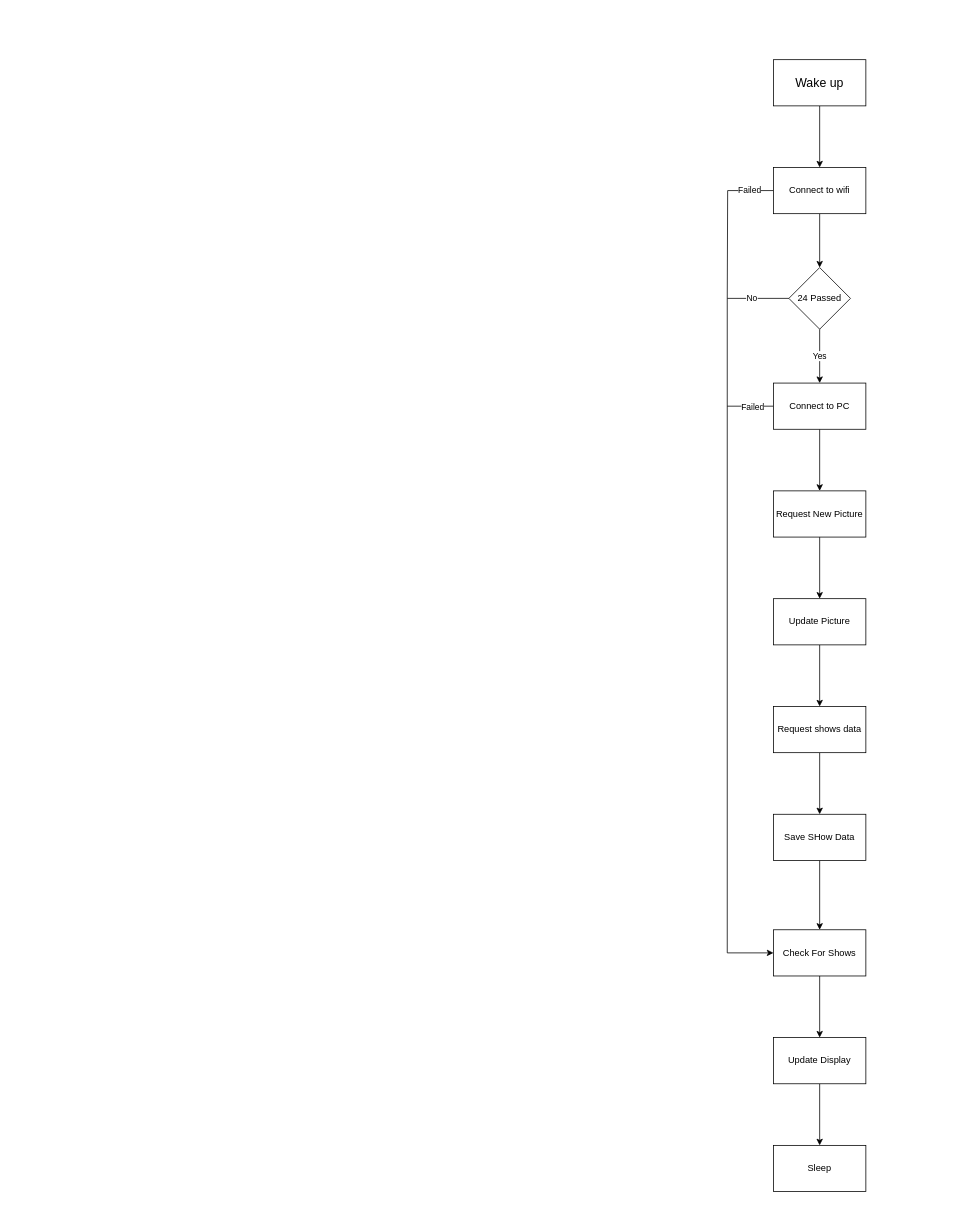
The draw.io diagram LargeProjects/EPaper/FlowDiagrams.drawio in dan71853/MyProjects, before the edit. Source tidied: cells renumbered, new cells numbered last; positions are measured from the earlier drawing's top-left corner, leaving out a move shared by most shapes. Both pictures are drawn from the tidied source at 77%, with x=0, y=0 at pixel (727, 59).
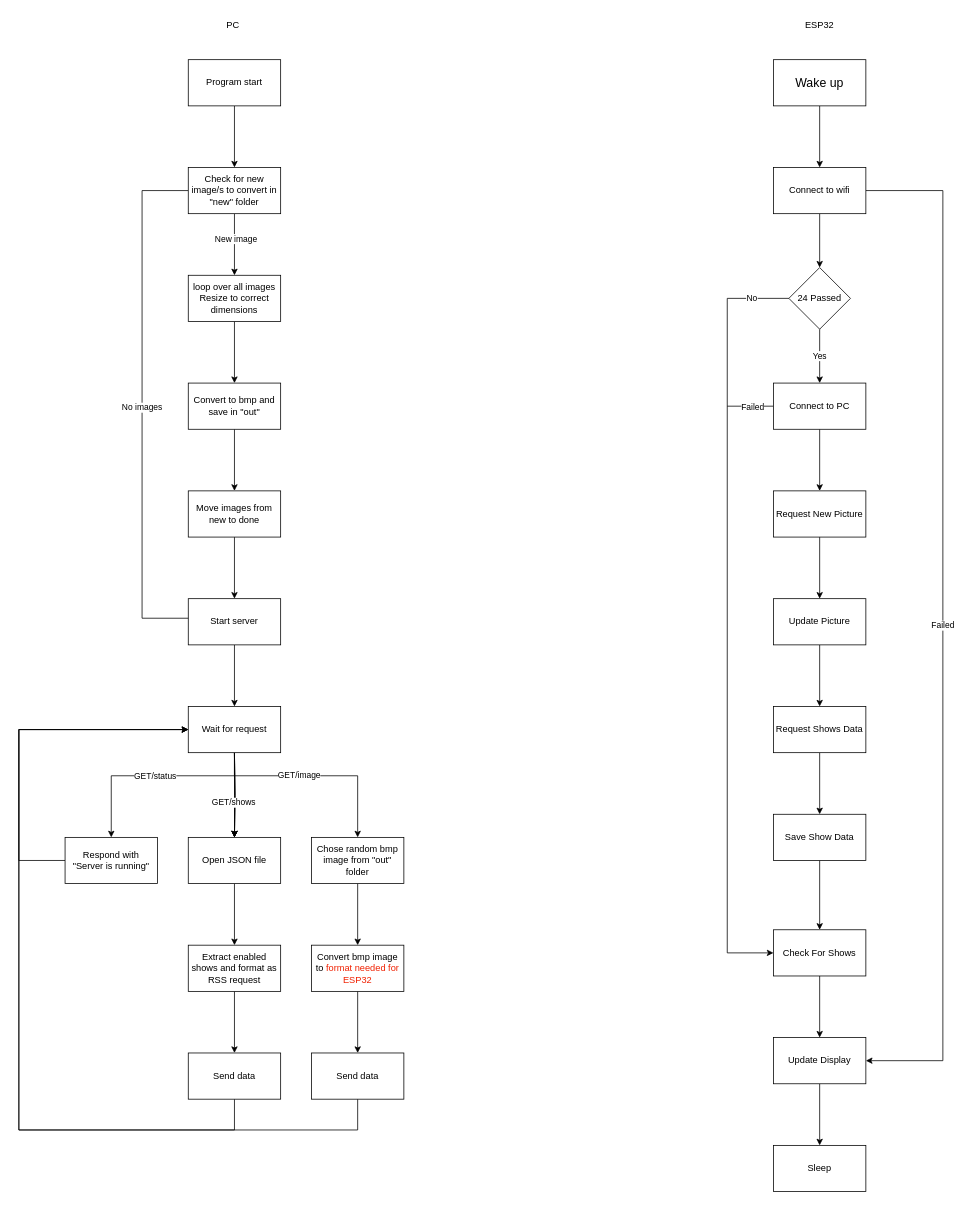
After the change.

The change refers to these unchanged cells:
```xml
<mxCell id="7" value="Connect to wifi" style="whiteSpace=wrap;html=1;rounded=0;" parent="1" vertex="1">
  <mxGeometry x="60" y="140" width="120" height="60" as="geometry" />
</mxCell>
<mxCell id="27" value="Update Display" style="whiteSpace=wrap;html=1;rounded=0;" parent="1" vertex="1">
  <mxGeometry x="60" y="1270" width="120" height="60" as="geometry" />
</mxCell>
```

What changed in the source:
```diff
@@
-    <mxCell id="5" style="edgeStyle=orthogonalEdgeStyle;rounded=0;jettySize=auto;html=1;exitX=0;exitY=0.5;exitDx=0;exitDy=0;endArrow=none;endFill=0;" parent="1" edge="1" source="7">
-      <mxGeometry relative="1" as="geometry">
-        <mxPoint y="310" as="targetPoint" />
-      </mxGeometry>
-    </mxCell>
-    <mxCell id="6" value="Failed" style="edgeLabel;html=1;align=center;verticalAlign=middle;" parent="5" vertex="1">
-      <mxGeometry x="-0.68" y="-1" relative="1" as="geometry" />
+    <mxCell id="6" value="Failed" style="edgeStyle=orthogonalEdgeStyle;rounded=0;jettySize=auto;html=1;entryX=1;entryY=0.5;entryDx=0;entryDy=0;" parent="1" edge="1" source="7" target="27">
+      <mxGeometry relative="1" as="geometry">
+        <Array as="points">
+          <mxPoint x="280" y="170" />
+          <mxPoint x="280" y="1300" />
+        </Array>
+      </mxGeometry>
     </mxCell>
@@
-    <mxCell id="21" value="Request shows data" style="whiteSpace=wrap;html=1;rounded=0;" parent="1" vertex="1">
+    <mxCell id="21" value="Request Shows D&lt;span style=&quot;background-color: initial;&quot;&gt;ata&lt;/span&gt;" style="whiteSpace=wrap;html=1;rounded=0;" parent="1" vertex="1">
       <mxGeometry x="60" y="840" width="120" height="60" as="geometry" />
     </mxCell>
@@
-    <mxCell id="25" value="Save SHow Data" style="whiteSpace=wrap;html=1;rounded=0;" parent="1" vertex="1">
+    <mxCell id="25" value="Save Show Data" style="whiteSpace=wrap;html=1;rounded=0;" parent="1" vertex="1">
       <mxGeometry x="60" y="980" width="120" height="60" as="geometry" />
     </mxCell>
@@
+    <mxCell id="29" value="ESP32" style="text;html=1;align=center;verticalAlign=middle;whiteSpace=wrap;rounded=0;" parent="1" vertex="1">
+      <mxGeometry x="90" y="-60" width="60" height="30" as="geometry" />
+    </mxCell>
+    <mxCell id="30" value="PC&amp;nbsp;" style="text;html=1;align=center;verticalAlign=middle;whiteSpace=wrap;rounded=0;" parent="1" vertex="1">
+      <mxGeometry x="-670" y="-60" width="60" height="30" as="geometry" />
+    </mxCell>
+    <mxCell id="31" style="edgeStyle=orthogonalEdgeStyle;rounded=0;jettySize=auto;html=1;" parent="1" edge="1" source="32" target="36">
+      <mxGeometry relative="1" as="geometry" />
+    </mxCell>
+    <mxCell id="32" value="Program start" style="rounded=0;whiteSpace=wrap;html=1;" parent="1" vertex="1">
+      <mxGeometry x="-700" width="120" height="60" as="geometry" />
+    </mxCell>
+    <mxCell id="33" style="edgeStyle=orthogonalEdgeStyle;rounded=0;jettySize=auto;html=1;" parent="1" edge="1" source="36" target="38">
+      <mxGeometry relative="1" as="geometry" />
+    </mxCell>
+    <mxCell id="34" value="New image" style="edgeLabel;html=1;align=center;verticalAlign=middle;" parent="33" vertex="1">
+      <mxGeometry x="-0.19" y="1" relative="1" as="geometry" />
+    </mxCell>
+    <mxCell id="35" value="No images" style="edgeStyle=orthogonalEdgeStyle;rounded=0;jettySize=auto;html=1;entryX=0.995;entryY=0.424;entryDx=0;entryDy=0;entryPerimeter=0;" parent="1" edge="1" source="36" target="53">
+      <mxGeometry x="-0.14" relative="1" as="geometry">
+        <Array as="points">
+          <mxPoint x="-760" y="170" />
+          <mxPoint x="-760" y="725" />
+        </Array>
+      </mxGeometry>
+    </mxCell>
+    <mxCell id="36" value="Check for new image/s to convert in &quot;new&quot; folder" style="whiteSpace=wrap;html=1;rounded=0;" parent="1" vertex="1">
+      <mxGeometry x="-700" y="140" width="120" height="60" as="geometry" />
+    </mxCell>
+    <mxCell id="37" style="edgeStyle=orthogonalEdgeStyle;rounded=0;jettySize=auto;html=1;" parent="1" edge="1" source="38" target="40">
+      <mxGeometry relative="1" as="geometry" />
+    </mxCell>
+    <mxCell id="38" value="loop over all images&lt;div&gt;Resize to correct dimensions&lt;/div&gt;" style="whiteSpace=wrap;html=1;rounded=0;" parent="1" vertex="1">
+      <mxGeometry x="-700" y="280" width="120" height="60" as="geometry" />
+    </mxCell>
+    <mxCell id="39" style="edgeStyle=orthogonalEdgeStyle;rounded=0;jettySize=auto;html=1;" parent="1" edge="1" source="40" target="42">
+      <mxGeometry relative="1" as="geometry" />
+    </mxCell>
+    <mxCell id="40" value="Convert to bmp and save in &quot;out&quot;" style="whiteSpace=wrap;html=1;rounded=0;" parent="1" vertex="1">
+      <mxGeometry x="-700" y="420" width="120" height="60" as="geometry" />
+    </mxCell>
+    <mxCell id="41" style="edgeStyle=orthogonalEdgeStyle;rounded=0;jettySize=auto;html=1;" parent="1" edge="1" source="42" target="53">
+      <mxGeometry relative="1" as="geometry" />
+    </mxCell>
+    <mxCell id="42" value="Move images from new to done" style="whiteSpace=wrap;html=1;rounded=0;" parent="1" vertex="1">
+      <mxGeometry x="-700" y="560" width="120" height="60" as="geometry" />
+    </mxCell>
+    <mxCell id="43" style="edgeStyle=orthogonalEdgeStyle;rounded=0;jettySize=auto;html=1;" parent="1" edge="1" target="55">
+      <mxGeometry relative="1" as="geometry">
+        <mxPoint x="-640" y="900" as="sourcePoint" />
+        <Array as="points">
+          <mxPoint x="-640" y="930" />
+          <mxPoint x="-800" y="930" />
+        </Array>
+      </mxGeometry>
+    </mxCell>
+    <mxCell id="44" value="GET/status" style="edgeLabel;html=1;align=center;verticalAlign=middle;" parent="43" vertex="1">
+      <mxGeometry x="-0.01" relative="1" as="geometry" />
+    </mxCell>
+    <mxCell id="45" style="edgeStyle=orthogonalEdgeStyle;rounded=0;jettySize=auto;html=1;" parent="1" edge="1" target="57">
+      <mxGeometry relative="1" as="geometry">
+        <mxPoint x="-640" y="900" as="sourcePoint" />
+      </mxGeometry>
+    </mxCell>
+    <mxCell id="46" style="edgeStyle=orthogonalEdgeStyle;rounded=0;jettySize=auto;html=1;" parent="1" edge="1" target="57">
+      <mxGeometry relative="1" as="geometry">
+        <mxPoint x="-640" y="900" as="sourcePoint" />
+      </mxGeometry>
+    </mxCell>
+    <mxCell id="47" style="edgeStyle=orthogonalEdgeStyle;rounded=0;jettySize=auto;html=1;" parent="1" edge="1" target="57">
+      <mxGeometry relative="1" as="geometry">
+        <mxPoint x="-640" y="900" as="sourcePoint" />
+      </mxGeometry>
+    </mxCell>
+    <mxCell id="48" style="edgeStyle=orthogonalEdgeStyle;rounded=0;jettySize=auto;html=1;" parent="1" edge="1" target="57">
+      <mxGeometry relative="1" as="geometry">
+        <mxPoint x="-640" y="900" as="sourcePoint" />
+      </mxGeometry>
+    </mxCell>
+    <mxCell id="49" value="GET/shows" style="edgeLabel;html=1;align=center;verticalAlign=middle;" parent="48" vertex="1">
+      <mxGeometry x="0.17" y="-2" relative="1" as="geometry" />
+    </mxCell>
+    <mxCell id="50" style="edgeStyle=orthogonalEdgeStyle;rounded=0;jettySize=auto;html=1;" parent="1" edge="1" target="59">
+      <mxGeometry relative="1" as="geometry">
+        <mxPoint x="-640" y="900" as="sourcePoint" />
+        <Array as="points">
+          <mxPoint x="-640" y="930" />
+          <mxPoint x="-480" y="930" />
+        </Array>
+      </mxGeometry>
+    </mxCell>
+    <mxCell id="51" value="GET/image" style="edgeLabel;html=1;align=center;verticalAlign=middle;" parent="50" vertex="1">
+      <mxGeometry x="-0.16" y="1" relative="1" as="geometry" />
+    </mxCell>
+    <mxCell id="52" style="edgeStyle=orthogonalEdgeStyle;rounded=0;jettySize=auto;html=1;" parent="1" edge="1" source="53" target="64">
+      <mxGeometry relative="1" as="geometry" />
+    </mxCell>
+    <mxCell id="53" value="Start server" style="whiteSpace=wrap;html=1;rounded=0;" parent="1" vertex="1">
+      <mxGeometry x="-700" y="700" width="120" height="60" as="geometry" />
+    </mxCell>
+    <mxCell id="54" style="edgeStyle=orthogonalEdgeStyle;rounded=0;jettySize=auto;html=1;entryX=0;entryY=0.5;entryDx=0;entryDy=0;" parent="1" edge="1" source="55" target="64">
+      <mxGeometry relative="1" as="geometry">
+        <Array as="points">
+          <mxPoint x="-920" y="1040" />
+          <mxPoint x="-920" y="870" />
+        </Array>
+      </mxGeometry>
+    </mxCell>
+    <mxCell id="55" value="Respond with&lt;div&gt;&quot;Server is running&quot;&lt;/div&gt;" style="whiteSpace=wrap;html=1;rounded=0;" parent="1" vertex="1">
+      <mxGeometry x="-860" y="1010" width="120" height="60" as="geometry" />
+    </mxCell>
+    <mxCell id="56" style="edgeStyle=orthogonalEdgeStyle;rounded=0;jettySize=auto;html=1;" parent="1" edge="1" source="57" target="61">
+      <mxGeometry relative="1" as="geometry" />
+    </mxCell>
+    <mxCell id="57" value="Open JSON file" style="whiteSpace=wrap;html=1;rounded=0;" parent="1" vertex="1">
+      <mxGeometry x="-700" y="1010" width="120" height="60" as="geometry" />
+    </mxCell>
+    <mxCell id="58" style="edgeStyle=orthogonalEdgeStyle;rounded=0;jettySize=auto;html=1;" parent="1" edge="1" source="59" target="66">
+      <mxGeometry relative="1" as="geometry" />
+    </mxCell>
+    <mxCell id="59" value="Chose random bmp image from &quot;out&quot; folder" style="whiteSpace=wrap;html=1;rounded=0;" parent="1" vertex="1">
+      <mxGeometry x="-540" y="1010" width="120" height="60" as="geometry" />
+    </mxCell>
+    <mxCell id="60" style="edgeStyle=orthogonalEdgeStyle;rounded=0;jettySize=auto;html=1;" parent="1" edge="1" source="61" target="63">
+      <mxGeometry relative="1" as="geometry" />
+    </mxCell>
+    <mxCell id="61" value="Extract enabled shows and format as RSS request" style="whiteSpace=wrap;html=1;rounded=0;" parent="1" vertex="1">
+      <mxGeometry x="-700" y="1150" width="120" height="60" as="geometry" />
+    </mxCell>
+    <mxCell id="62" style="edgeStyle=orthogonalEdgeStyle;rounded=0;jettySize=auto;html=1;entryX=0;entryY=0.5;entryDx=0;entryDy=0;" parent="1" edge="1" source="63" target="64">
+      <mxGeometry relative="1" as="geometry">
+        <Array as="points">
+          <mxPoint x="-640" y="1390" />
+          <mxPoint x="-920" y="1390" />
+          <mxPoint x="-920" y="870" />
+        </Array>
+      </mxGeometry>
+    </mxCell>
+    <mxCell id="63" value="Send data" style="whiteSpace=wrap;html=1;rounded=0;" parent="1" vertex="1">
+      <mxGeometry x="-700" y="1290" width="120" height="60" as="geometry" />
+    </mxCell>
+    <mxCell id="64" value="Wait for request" style="whiteSpace=wrap;html=1;rounded=0;" parent="1" vertex="1">
+      <mxGeometry x="-700" y="840" width="120" height="60" as="geometry" />
+    </mxCell>
+    <mxCell id="65" style="edgeStyle=orthogonalEdgeStyle;rounded=0;jettySize=auto;html=1;" parent="1" edge="1" source="66" target="68">
+      <mxGeometry relative="1" as="geometry" />
+    </mxCell>
+    <mxCell id="66" value="Convert bmp image to &lt;font color=&quot;#f02000&quot;&gt;format needed for ESP32&lt;/font&gt;" style="whiteSpace=wrap;html=1;rounded=0;" parent="1" vertex="1">
+      <mxGeometry x="-540" y="1150" width="120" height="60" as="geometry" />
+    </mxCell>
+    <mxCell id="67" style="edgeStyle=orthogonalEdgeStyle;rounded=0;jettySize=auto;html=1;entryX=0;entryY=0.5;entryDx=0;entryDy=0;" parent="1" edge="1" source="68" target="64">
+      <mxGeometry relative="1" as="geometry">
+        <Array as="points">
+          <mxPoint x="-480" y="1390" />
+          <mxPoint x="-920" y="1390" />
+          <mxPoint x="-920" y="870" />
+        </Array>
+      </mxGeometry>
+    </mxCell>
+    <mxCell id="68" value="Send data" style="whiteSpace=wrap;html=1;rounded=0;" parent="1" vertex="1">
+      <mxGeometry x="-540" y="1290" width="120" height="60" as="geometry" />
+    </mxCell>
```
